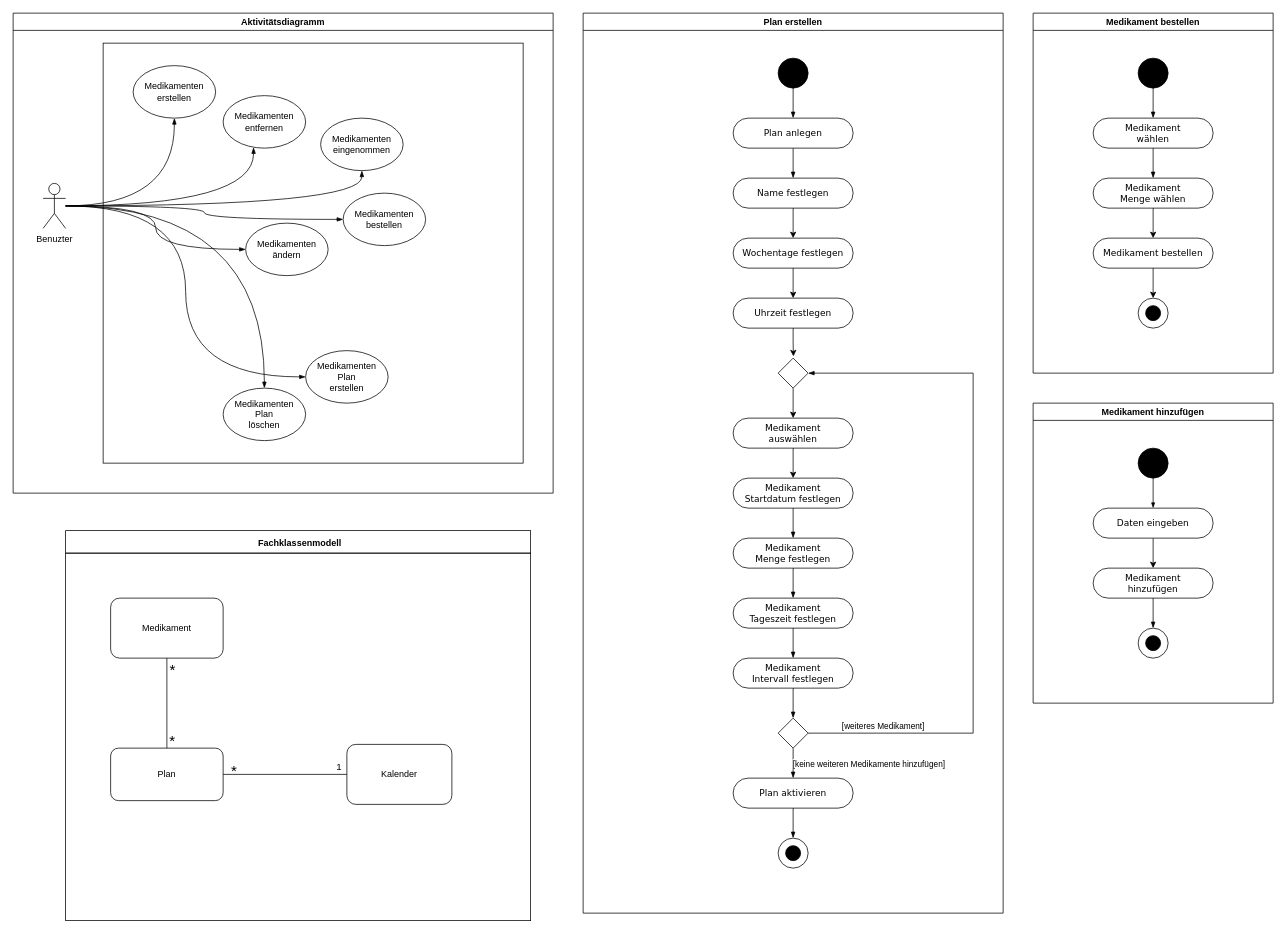
Before: UML/FinalesDiagramm.drawio in Apfelkuch/SwePraktikum, a draw.io diagram. Source tidied: cells renumbered, new cells numbered last; positions are measured from the earlier drawing's top-left corner, leaving out a move shared by most shapes. Both pictures are drawn from the tidied source at 75%, with x=0, y=0 at pixel (13, 13).
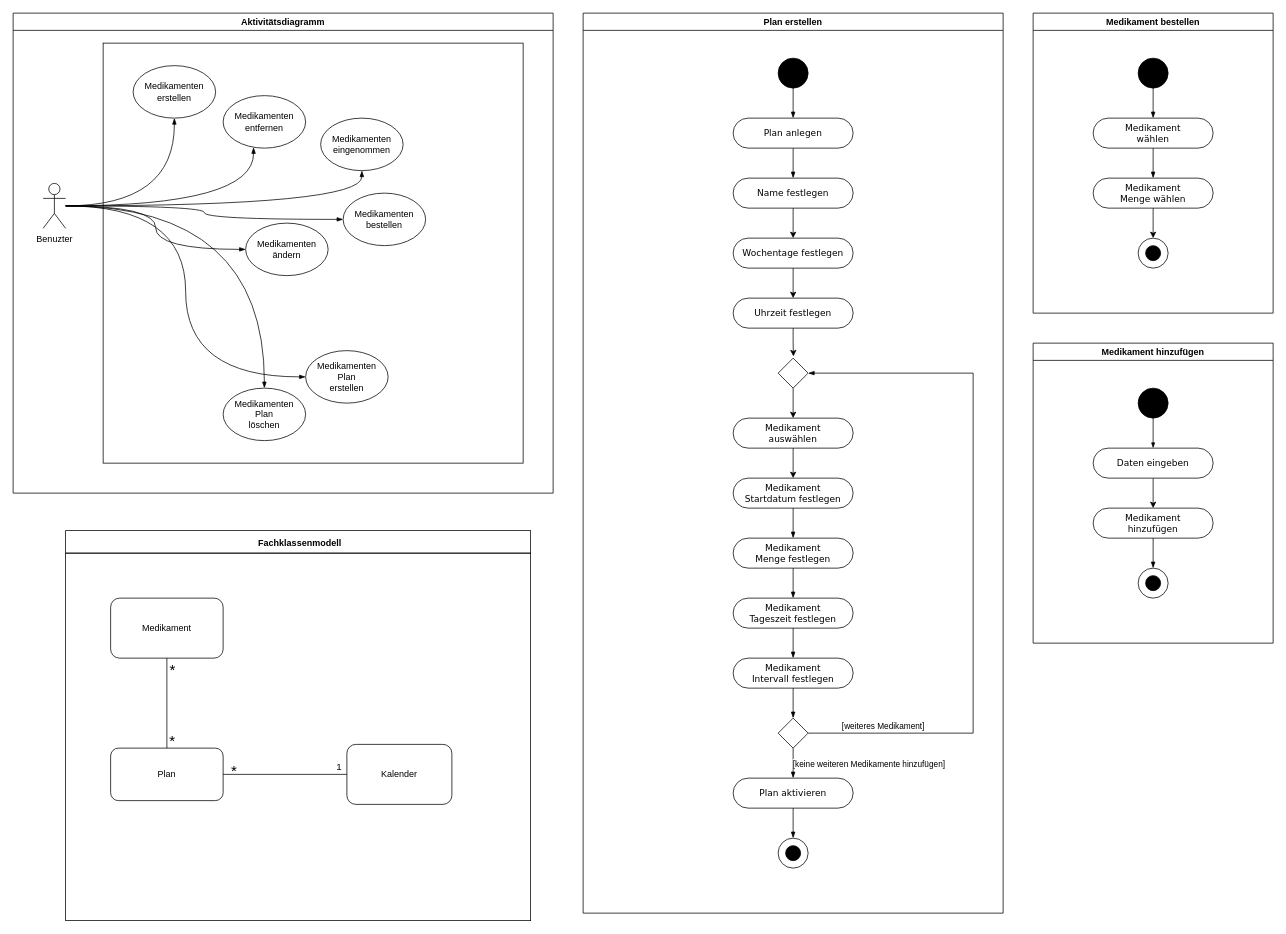
The same page after the edit.

Unchanged cells that the change refers to:
```xml
<mxCell id="51" value="&lt;div&gt;Medikament&lt;/div&gt;&lt;div&gt;Menge wählen&lt;br&gt;&lt;/div&gt;" style="rounded=1;whiteSpace=wrap;html=1;shadow=0;comic=0;labelBackgroundColor=none;strokeWidth=1;fontFamily=Verdana;fontSize=12;align=center;arcSize=50;fillColor=none;" parent="45" vertex="1">
  <mxGeometry x="80" y="220" width="160" height="40" as="geometry" />
</mxCell>
<mxCell id="56" style="ellipse;whiteSpace=wrap;html=1;fillColor=none;" parent="54" vertex="1">
  <mxGeometry width="40" height="40" as="geometry" />
</mxCell>
```

The edit, as a diff of the source:
```diff
@@
     <mxCell id="2" value="Medikament hinzufügen" style="swimlane;whiteSpace=wrap;html=1;fillColor=none;" parent="1" vertex="1">
-      <mxGeometry x="1360" y="520" width="320" height="400" as="geometry" />
+      <mxGeometry x="1360" y="440" width="320" height="400" as="geometry" />
     </mxCell>
@@
     <mxCell id="45" value="&lt;div&gt;Medikament bestellen&lt;/div&gt;" style="swimlane;whiteSpace=wrap;html=1;fillColor=none;" parent="1" vertex="1">
-      <mxGeometry x="1360" width="320" height="480" as="geometry" />
+      <mxGeometry x="1360" width="320" height="400" as="geometry" />
     </mxCell>
@@
-    <mxCell id="50" style="edgeStyle=orthogonalEdgeStyle;rounded=0;jettySize=auto;html=1;entryX=0.5;entryY=0;entryDx=0;entryDy=0;" parent="45" edge="1" source="51" target="53">
-      <mxGeometry relative="1" as="geometry" />
-    </mxCell>
+    <mxCell id="86" style="edgeStyle=orthogonalEdgeStyle;rounded=0;jettySize=auto;html=1;" parent="45" edge="1" source="51" target="56">
+      <mxGeometry relative="1" as="geometry" />
+    </mxCell>
@@
-    <mxCell id="52" style="edgeStyle=orthogonalEdgeStyle;rounded=0;jettySize=auto;html=1;entryX=0.5;entryY=0;entryDx=0;entryDy=0;" parent="45" edge="1" source="53" target="56">
-      <mxGeometry relative="1" as="geometry" />
-    </mxCell>
-    <mxCell id="53" value="Medikament bestellen" style="rounded=1;whiteSpace=wrap;html=1;shadow=0;comic=0;labelBackgroundColor=none;strokeWidth=1;fontFamily=Verdana;fontSize=12;align=center;arcSize=50;fillColor=none;" parent="45" vertex="1">
-      <mxGeometry x="80" y="300" width="160" height="40" as="geometry" />
-    </mxCell>
     <mxCell id="54" style="group;" parent="45" vertex="1">
-      <mxGeometry x="140" y="380" width="40" height="40" as="geometry" />
+      <mxGeometry x="140" y="300" width="40" height="40" as="geometry" />
     </mxCell>
```
